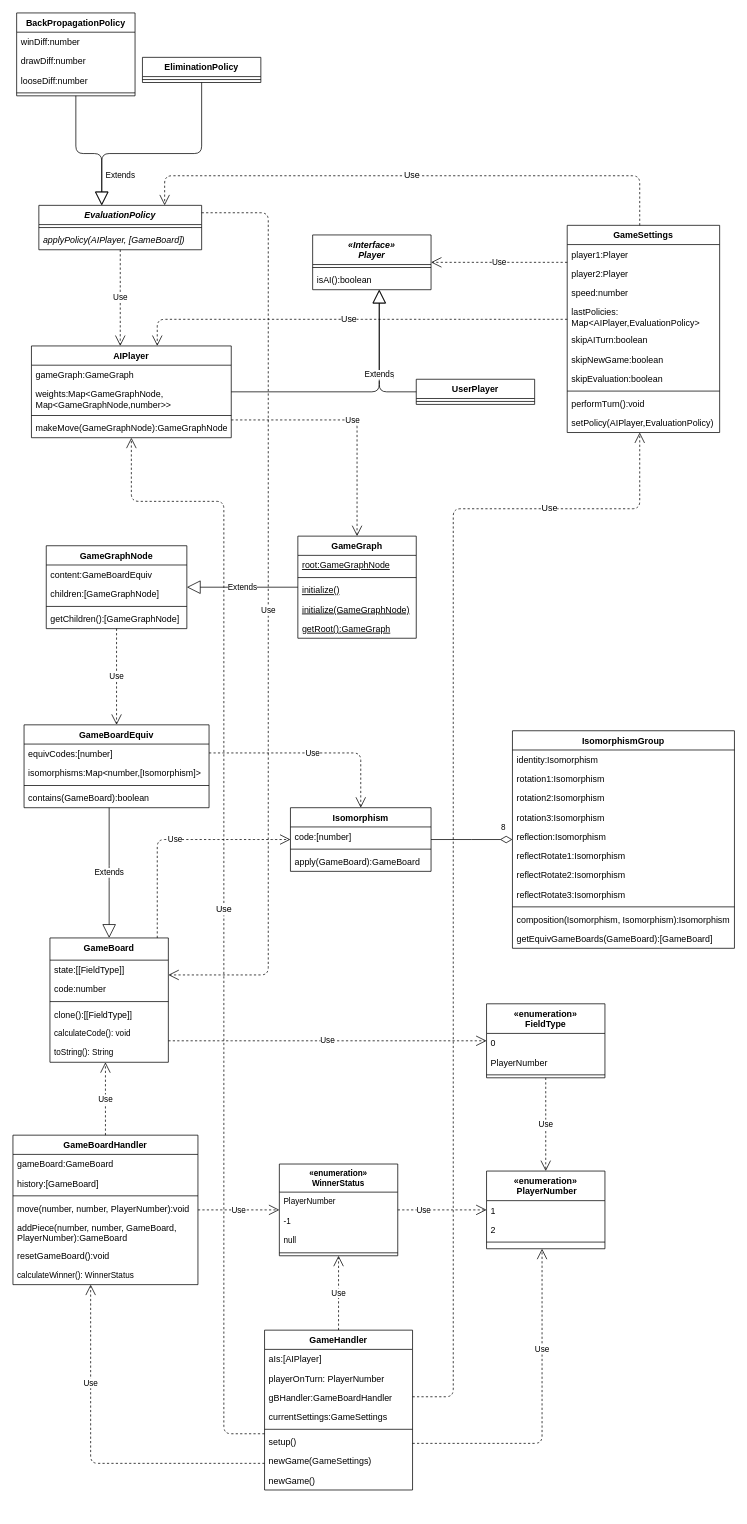
Above: ProductBacklog/Klassendiagramme/Planung_Neu.drawio in idlaviV/TIKTacToe (draw.io), before the change. Source tidied: cells renumbered, new cells numbered last; positions are measured from the earlier drawing's top-left corner, leaving out a move shared by most shapes. Both pictures are drawn from the tidied source at 74%, with x=0, y=0 at pixel (13, 13).
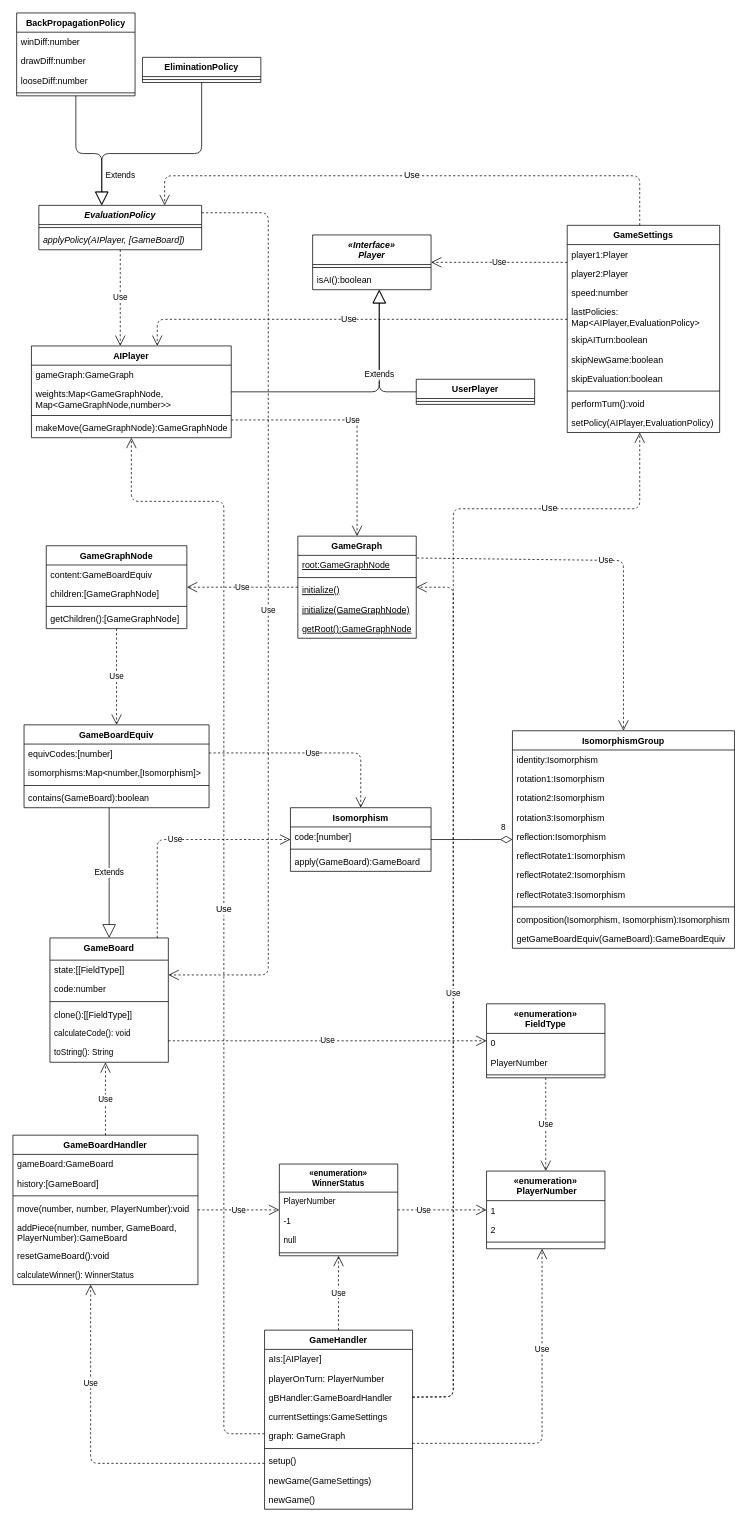
The same page after the edit.

Commit message:
Planung_Neu aktualisiert

The change refers to these unchanged cells:
```xml
<mxCell id="43" value="IsomorphismGroup" style="swimlane;fontStyle=1;align=center;verticalAlign=top;horizontal=1;startSize=26;rounded=0;" parent="1" vertex="1">
  <mxGeometry x="675" y="970" width="300" height="294" as="geometry" />
</mxCell>
<mxCell id="63" value="GameGraphNode" style="swimlane;fontStyle=1;align=center;verticalAlign=top;horizontal=1;startSize=26;" parent="1" vertex="1">
  <mxGeometry x="45" y="720" width="190" height="112" as="geometry" />
</mxCell>
<mxCell id="69" value="GameGraph" style="swimlane;fontStyle=1;align=center;verticalAlign=top;horizontal=1;startSize=26;" parent="1" vertex="1">
  <mxGeometry x="385" y="707" width="160" height="138" as="geometry" />
</mxCell>
<mxCell id="70" value="root:GameGraphNode" style="text;strokeColor=none;fillColor=none;align=left;verticalAlign=top;spacingLeft=4;spacingRight=4;overflow=hidden;points=[[0,0.5],[1,0.5]];portConstraint=eastwest;fontStyle=4;" parent="69" vertex="1">
  <mxGeometry y="26" width="160" height="26" as="geometry" />
</mxCell>
<mxCell id="118" value="gBHandler:GameBoardHandler" style="text;strokeColor=none;fillColor=none;align=left;verticalAlign=top;spacingLeft=4;spacingRight=4;overflow=hidden;points=[[0,0.5],[1,0.5]];portConstraint=eastwest;" parent="115" vertex="1">
  <mxGeometry y="78" width="200" height="26" as="geometry" />
</mxCell>
```

Change to the diagram source:
```diff
@@
-    <mxCell id="54" value="getEquivGameBoards(GameBoard):[GameBoard]" style="text;strokeColor=none;fillColor=none;align=left;verticalAlign=top;spacingLeft=4;spacingRight=4;overflow=hidden;rounded=0;" parent="43" vertex="1">
+    <mxCell id="54" value="getGameBoardEquiv(GameBoard):GameBoardEquiv" style="text;strokeColor=none;fillColor=none;align=left;verticalAlign=top;spacingLeft=4;spacingRight=4;overflow=hidden;rounded=0;" parent="43" vertex="1">
       <mxGeometry y="268" width="300" height="26" as="geometry" />
     </mxCell>
@@
-    <mxCell id="74" value="getRoot():GameGraph" style="text;strokeColor=none;fillColor=none;align=left;verticalAlign=top;spacingLeft=4;spacingRight=4;overflow=hidden;fontStyle=4;" parent="69" vertex="1">
+    <mxCell id="74" value="getRoot():GameGraphNode" style="text;strokeColor=none;fillColor=none;align=left;verticalAlign=top;spacingLeft=4;spacingRight=4;overflow=hidden;fontStyle=4;" parent="69" vertex="1">
       <mxGeometry y="112" width="160" height="26" as="geometry" />
     </mxCell>
-    <mxCell id="75" value="Extends" style="endArrow=block;endSize=16;endFill=0;html=1;" parent="1" edge="1" source="69" target="63">
-      <mxGeometry relative="1" as="geometry" />
-    </mxCell>
@@
     <mxCell id="115" value="GameHandler" style="swimlane;fontStyle=1;align=center;verticalAlign=top;horizontal=1;startSize=26;labelBackgroundColor=default;fillStyle=auto;" parent="1" vertex="1">
-      <mxGeometry x="340" y="1780" width="200" height="216" as="geometry" />
+      <mxGeometry x="340" y="1780" width="200" height="242" as="geometry" />
     </mxCell>
@@
+    <mxCell id="128" value="graph: GameGraph" style="text;strokeColor=none;fillColor=none;align=left;verticalAlign=top;spacingLeft=4;spacingRight=4;overflow=hidden;" parent="115" vertex="1">
+      <mxGeometry y="130" width="200" height="26" as="geometry" />
+    </mxCell>
     <mxCell id="120" style="line;strokeWidth=1;fillColor=none;align=left;verticalAlign=middle;spacingTop=-1;spacingLeft=3;spacingRight=3;labelPosition=right;strokeColor=inherit;" parent="115" vertex="1">
-      <mxGeometry y="130" width="200" height="8" as="geometry" />
+      <mxGeometry y="156" width="200" height="8" as="geometry" />
     </mxCell>
     <mxCell id="121" value="setup()" style="text;strokeColor=none;fillColor=none;align=left;verticalAlign=top;spacingLeft=4;spacingRight=4;overflow=hidden;" parent="115" vertex="1">
-      <mxGeometry y="138" width="200" height="26" as="geometry" />
+      <mxGeometry y="164" width="200" height="26" as="geometry" />
     </mxCell>
     <mxCell id="122" value="newGame(GameSettings)" style="text;strokeColor=none;fillColor=none;align=left;verticalAlign=top;spacingLeft=4;spacingRight=4;overflow=hidden;" parent="115" vertex="1">
-      <mxGeometry y="164" width="200" height="26" as="geometry" />
+      <mxGeometry y="190" width="200" height="26" as="geometry" />
     </mxCell>
     <mxCell id="123" value="newGame()" style="text;strokeColor=none;fillColor=none;align=left;verticalAlign=top;spacingLeft=4;spacingRight=4;overflow=hidden;" parent="115" vertex="1">
-      <mxGeometry y="190" width="200" height="26" as="geometry" />
+      <mxGeometry y="216" width="200" height="26" as="geometry" />
     </mxCell>
@@
+    <mxCell id="75" value="Use" style="endArrow=open;endSize=12;dashed=1;html=1;" parent="1" edge="1" source="69" target="63">
+      <mxGeometry relative="1" as="geometry" />
+    </mxCell>
+    <mxCell id="129" value="Use" style="endArrow=open;endSize=12;dashed=1;html=1;exitX=1.006;exitY=0.138;exitDx=0;exitDy=0;exitPerimeter=0;" parent="1" edge="1" source="70" target="43">
+      <mxGeometry relative="1" as="geometry">
+        <Array as="points">
+          <mxPoint x="825" y="740" />
+        </Array>
+      </mxGeometry>
+    </mxCell>
+    <mxCell id="130" value="Use" style="endArrow=open;endSize=12;dashed=1;html=1;exitX=1;exitY=0.5;exitDx=0;exitDy=0;" parent="1" edge="1" source="118" target="69">
+      <mxGeometry relative="1" as="geometry">
+        <Array as="points">
+          <mxPoint x="595" y="1870" />
+          <mxPoint x="595" y="776" />
+        </Array>
+      </mxGeometry>
+    </mxCell>
```
